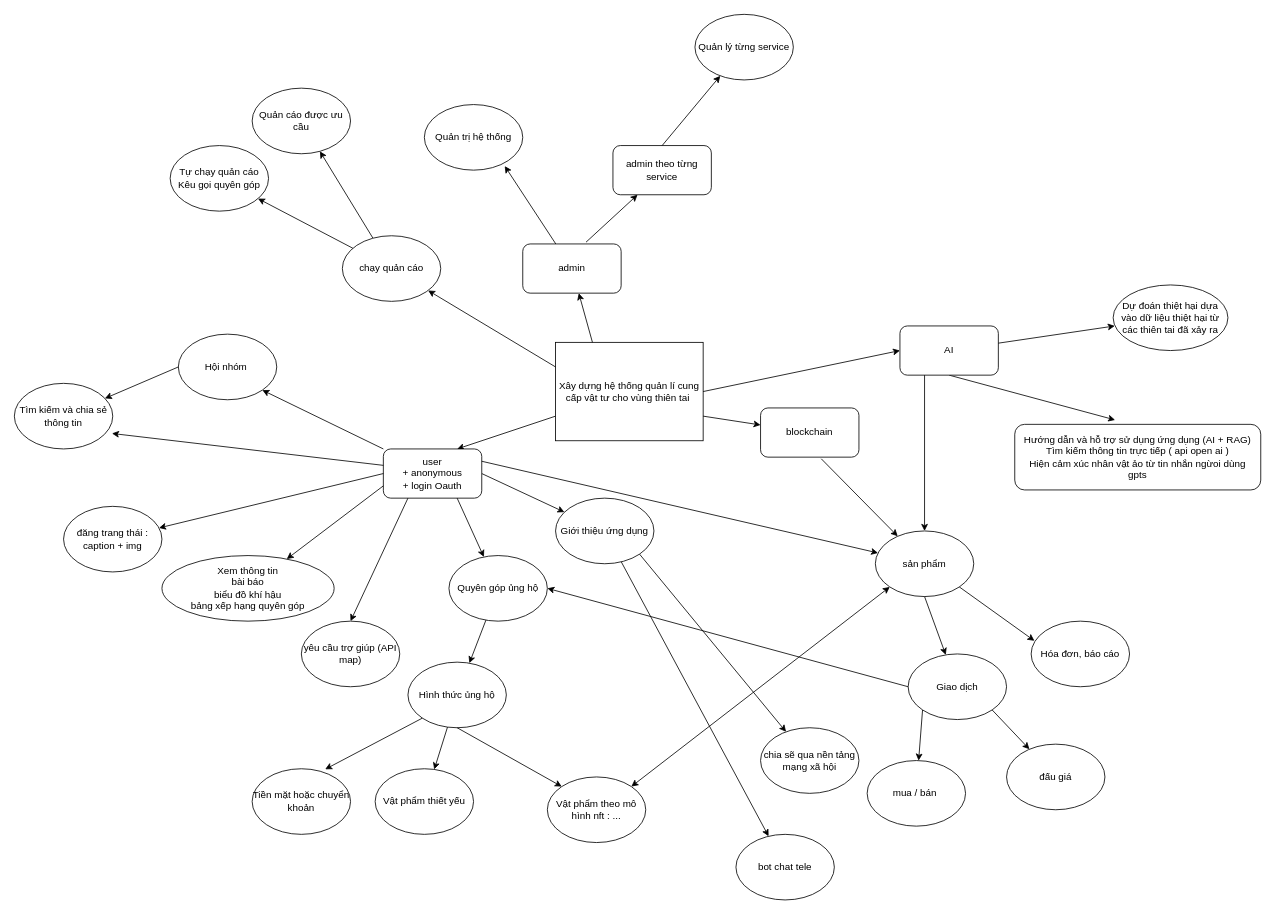
Before: design.dio in cnkhUtc2/design, a draw.io diagram. Source tidied: cells renumbered, new cells numbered last; positions are measured from the earlier drawing's top-left corner, leaving out a move shared by most shapes. Both pictures are drawn from the tidied source at 82%, with x=0, y=0 at pixel (14, 14).
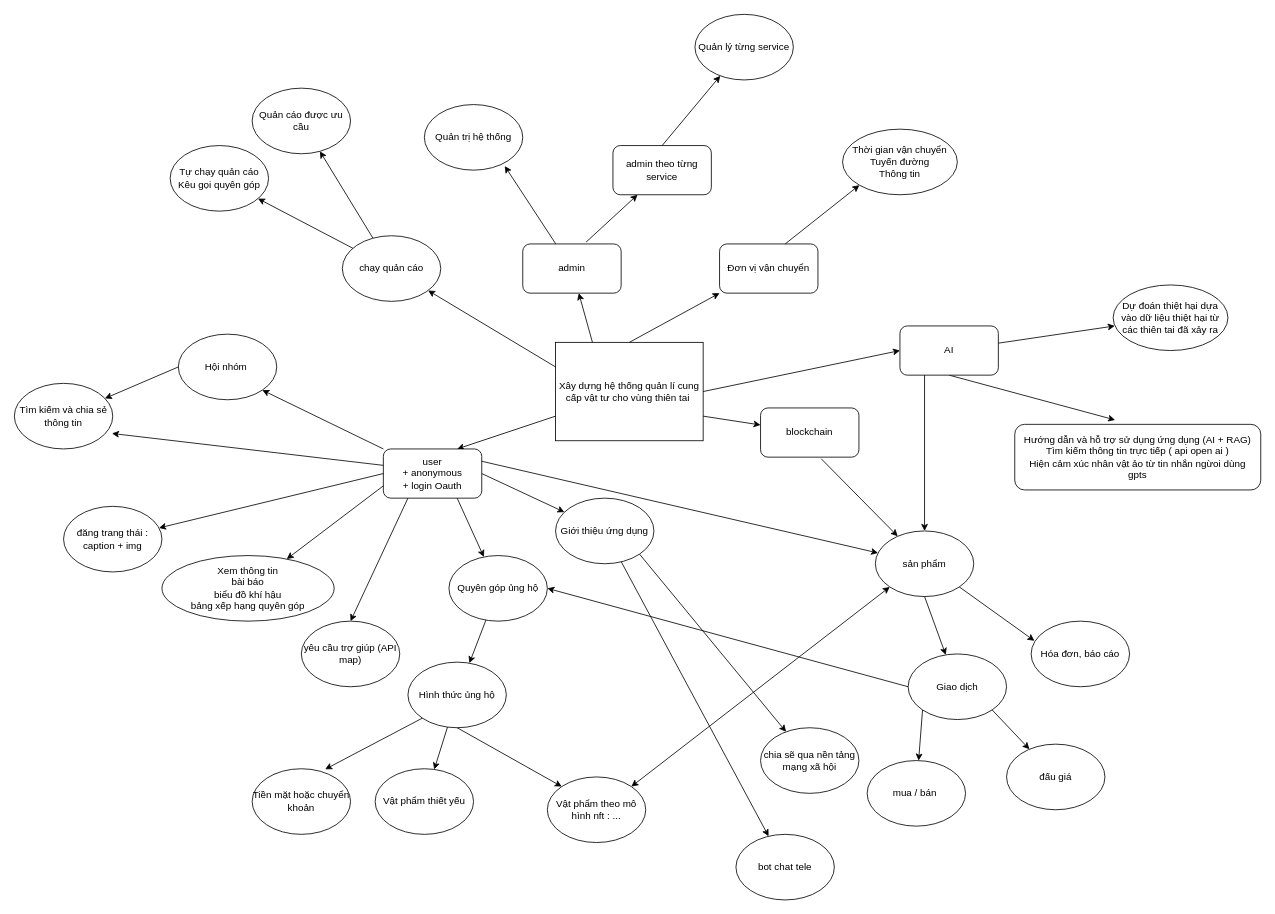
The same page after the edit.

The change refers to these unchanged cells:
```xml
<mxCell id="3" value="Xây dựng hệ thống quản lí cung cấp vật tư cho vùng thiên tai&amp;nbsp;" style="rounded=0;whiteSpace=wrap;html=1;shadow=0;" parent="1" vertex="1">
  <mxGeometry x="660" y="400" width="180" height="120" as="geometry" />
</mxCell>
```

What changed in the source:
```diff
@@
+    <mxCell id="68" value="Đơn vị vận chuyển" style="rounded=1;whiteSpace=wrap;html=1;" parent="1" vertex="1">
+      <mxGeometry x="860" y="280" width="120" height="60" as="geometry" />
+    </mxCell>
+    <mxCell id="69" value="Thời gian vận chuyển&lt;div&gt;Tuyến đường&lt;/div&gt;&lt;div&gt;Thông tin&lt;/div&gt;" style="ellipse;whiteSpace=wrap;html=1;" parent="1" vertex="1">
+      <mxGeometry x="1010" y="140" width="140" height="80" as="geometry" />
+    </mxCell>
+    <mxCell id="70" style="endArrow=classic;html=1;entryX=0;entryY=1;entryDx=0;entryDy=0;" parent="1" edge="1" target="69">
+      <mxGeometry relative="1" as="geometry">
+        <mxPoint x="940" y="280" as="sourcePoint" />
+      </mxGeometry>
+    </mxCell>
+    <mxCell id="71" style="endArrow=classic;html=1;entryX=0;entryY=1;entryDx=0;entryDy=0;exitX=0.5;exitY=0;exitDx=0;exitDy=0;" parent="1" edge="1" source="3" target="68">
+      <mxGeometry relative="1" as="geometry" />
+    </mxCell>
```
